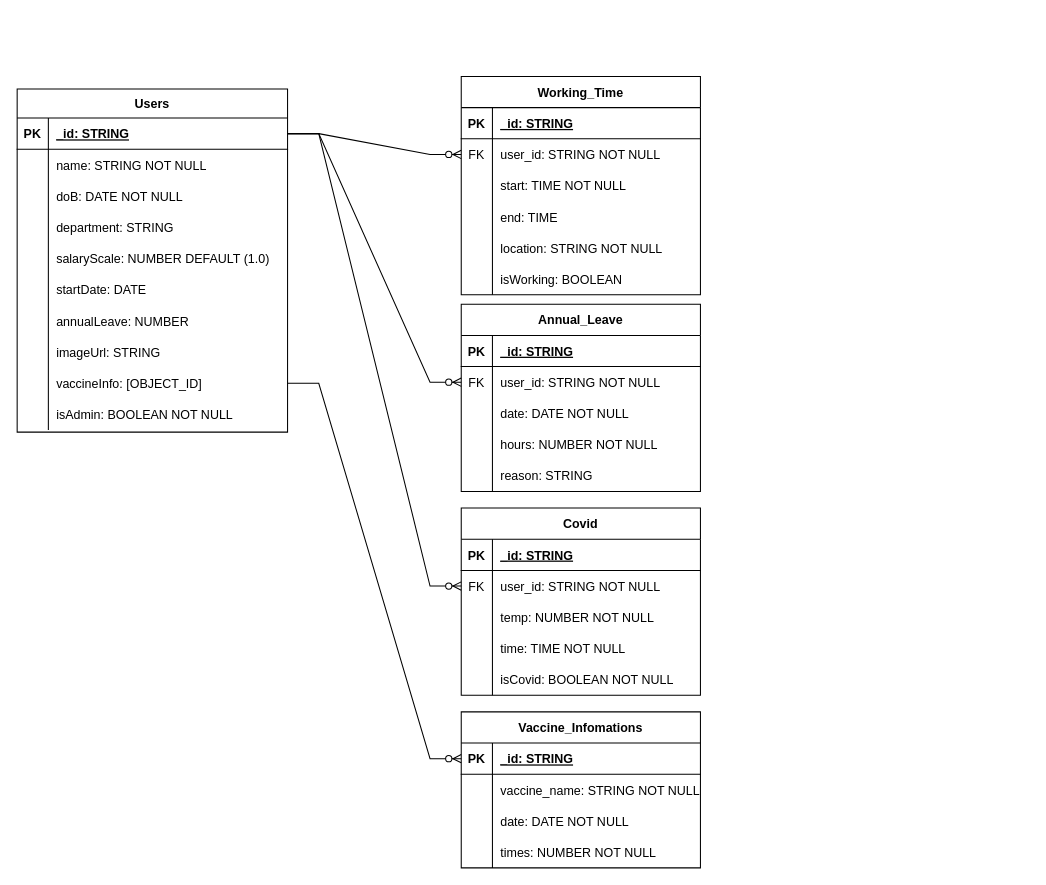
Above: EDR.drawio in shineofichi/StaffsManager (draw.io), before the change. Source tidied: cells renumbered, new cells numbered last; positions are measured from the earlier drawing's top-left corner, leaving out a move shared by most shapes. Both pictures are drawn from the tidied source at 104%, with x=0, y=0 at pixel (17, 76).
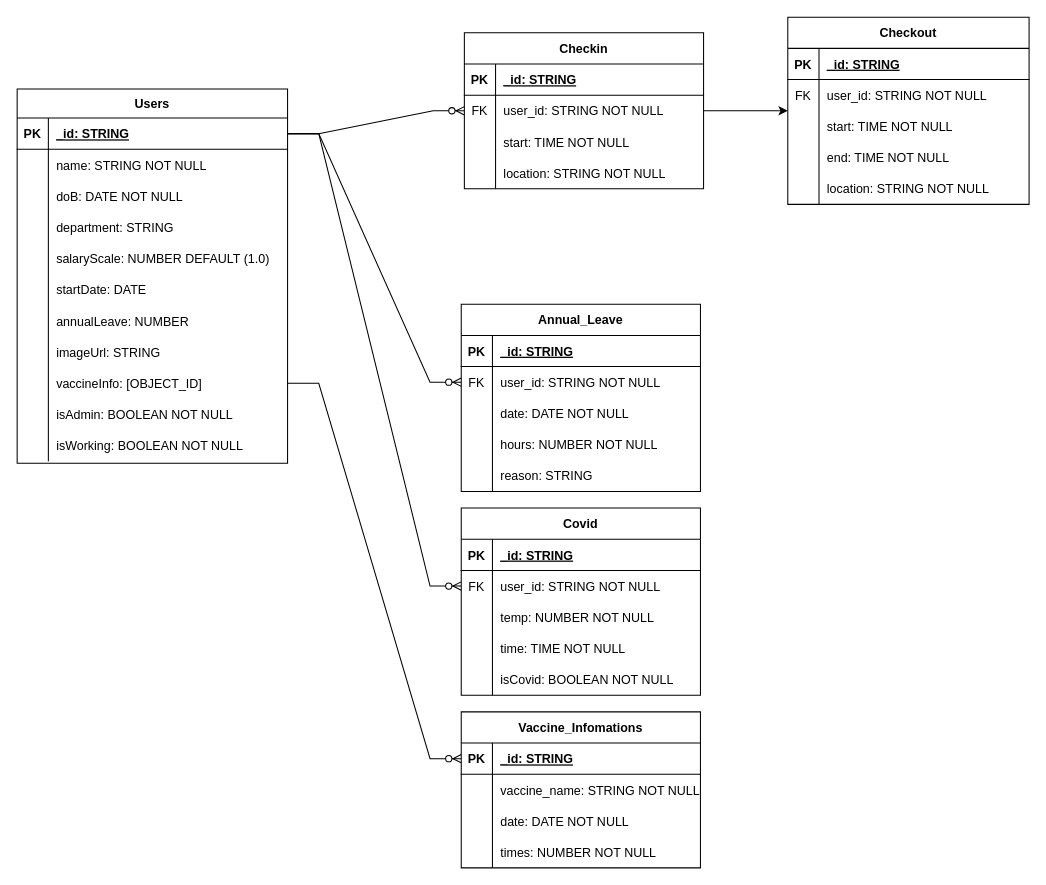
Above is the later version.

Commit message (it also covers changes not shown here):
Checkin info

The edit, as a diff of the source:
```diff
@@
     <mxCell id="2" value="Users" style="shape=table;startSize=28;childLayout=tableLayout;rowLines=0;fontStyle=1;align=center;" parent="1" vertex="1">
-      <mxGeometry y="12" width="260" height="330" as="geometry" />
+      <mxGeometry y="12" width="260" height="360" as="geometry" />
     </mxCell>
@@
+    <mxCell id="101" style="shape=tableRow;horizontal=0;startSize=0;swimlaneHead=0;swimlaneBody=0;fillColor=none;top=0;left=0;right=0;bottom=0;" parent="2" vertex="1">
+      <mxGeometry y="328" width="260" height="30" as="geometry" />
+    </mxCell>
+    <mxCell id="102" style="shape=partialRectangle;fillColor=none;top=0;left=0;bottom=0;right=0;overflow=hidden;" parent="101" vertex="1">
+      <mxGeometry width="30" height="30" as="geometry" />
+    </mxCell>
+    <mxCell id="103" value="isWorking: BOOLEAN NOT NULL" style="shape=partialRectangle;fillColor=none;top=0;left=0;bottom=0;right=0;align=left;spacingLeft=6;overflow=hidden;" parent="101" vertex="1">
+      <mxGeometry x="30" width="230" height="30" as="geometry" />
+    </mxCell>
+    <mxCell id="104" style="edgeStyle=none;html=1;" parent="1" edge="1" source="33" target="105">
+      <mxGeometry relative="1" as="geometry" />
+    </mxCell>
-    <mxCell id="33" value="Working_Time" style="shape=table;startSize=30;childLayout=tableLayout;rowLines=0;fontStyle=1;align=center;" parent="1" vertex="1">
-      <mxGeometry x="427" width="230" height="210" as="geometry" />
+    <mxCell id="33" value="Checkin" style="shape=table;startSize=30;childLayout=tableLayout;rowLines=0;fontStyle=1;align=center;" parent="1" vertex="1">
+      <mxGeometry x="430" y="-42" width="230" height="150" as="geometry" />
     </mxCell>
@@
-    <mxCell id="43" style="shape=tableRow;horizontal=0;startSize=0;swimlaneHead=0;swimlaneBody=0;fillColor=none;top=0;left=0;right=0;bottom=0;" parent="33" vertex="1">
-      <mxGeometry y="120" width="230" height="30" as="geometry" />
-    </mxCell>
-    <mxCell id="44" style="shape=partialRectangle;fillColor=none;top=0;left=0;bottom=0;right=0;overflow=hidden;" parent="43" vertex="1">
-      <mxGeometry width="30" height="30" as="geometry" />
-    </mxCell>
-    <mxCell id="45" value="end: TIME" style="shape=partialRectangle;fillColor=none;top=0;left=0;bottom=0;right=0;align=left;spacingLeft=6;overflow=hidden;" parent="43" vertex="1">
-      <mxGeometry x="30" width="200" height="30" as="geometry" />
-    </mxCell>
     <mxCell id="46" style="shape=tableRow;horizontal=0;startSize=0;swimlaneHead=0;swimlaneBody=0;fillColor=none;top=0;left=0;right=0;bottom=0;" parent="33" vertex="1">
-      <mxGeometry y="150" width="230" height="30" as="geometry" />
+      <mxGeometry y="120" width="230" height="30" as="geometry" />
     </mxCell>
@@
-    <mxCell id="49" style="shape=tableRow;horizontal=0;startSize=0;swimlaneHead=0;swimlaneBody=0;fillColor=none;top=0;left=0;right=0;bottom=0;" parent="33" vertex="1">
-      <mxGeometry y="180" width="230" height="30" as="geometry" />
-    </mxCell>
-    <mxCell id="50" style="shape=partialRectangle;fillColor=none;top=0;left=0;bottom=0;right=0;overflow=hidden;" parent="49" vertex="1">
-      <mxGeometry width="30" height="30" as="geometry" />
-    </mxCell>
-    <mxCell id="51" value="isWorking: BOOLEAN" style="shape=partialRectangle;fillColor=none;top=0;left=0;bottom=0;right=0;align=left;spacingLeft=6;overflow=hidden;" parent="49" vertex="1">
-      <mxGeometry x="30" width="200" height="30" as="geometry" />
-    </mxCell>
@@
+    <mxCell id="105" value="Checkout" style="shape=table;startSize=30;childLayout=tableLayout;rowLines=0;fontStyle=1;align=center;" parent="1" vertex="1">
+      <mxGeometry x="741" y="-57" width="232" height="180" as="geometry" />
+    </mxCell>
+    <mxCell id="106" style="shape=tableRow;horizontal=0;startSize=0;swimlaneHead=0;swimlaneBody=0;fillColor=none;top=0;left=0;right=0;bottom=1;" parent="105" vertex="1">
+      <mxGeometry y="30" width="232" height="30" as="geometry" />
+    </mxCell>
+    <mxCell id="107" value="PK" style="shape=partialRectangle;fillColor=none;top=0;left=0;bottom=0;right=0;fontStyle=1;overflow=hidden;" parent="106" vertex="1">
+      <mxGeometry width="30" height="30" as="geometry" />
+    </mxCell>
+    <mxCell id="108" value="_id: STRING" style="shape=partialRectangle;fillColor=none;top=0;left=0;bottom=0;right=0;align=left;spacingLeft=6;fontStyle=5;overflow=hidden;" parent="106" vertex="1">
+      <mxGeometry x="30" width="202" height="30" as="geometry" />
+    </mxCell>
+    <mxCell id="109" style="shape=tableRow;horizontal=0;startSize=0;swimlaneHead=0;swimlaneBody=0;fillColor=none;top=0;left=0;right=0;bottom=0;" parent="105" vertex="1">
+      <mxGeometry y="60" width="232" height="30" as="geometry" />
+    </mxCell>
+    <mxCell id="110" value="FK" style="shape=partialRectangle;fillColor=none;top=0;left=0;bottom=0;right=0;overflow=hidden;" parent="109" vertex="1">
+      <mxGeometry width="30" height="30" as="geometry" />
+    </mxCell>
+    <mxCell id="111" value="user_id: STRING NOT NULL" style="shape=partialRectangle;fillColor=none;top=0;left=0;bottom=0;right=0;align=left;spacingLeft=6;overflow=hidden;" parent="109" vertex="1">
+      <mxGeometry x="30" width="202" height="30" as="geometry" />
+    </mxCell>
+    <mxCell id="112" style="shape=tableRow;horizontal=0;startSize=0;swimlaneHead=0;swimlaneBody=0;fillColor=none;top=0;left=0;right=0;bottom=0;" parent="105" vertex="1">
+      <mxGeometry y="90" width="232" height="30" as="geometry" />
+    </mxCell>
+    <mxCell id="113" style="shape=partialRectangle;fillColor=none;top=0;left=0;bottom=0;right=0;overflow=hidden;" parent="112" vertex="1">
+      <mxGeometry width="30" height="30" as="geometry" />
+    </mxCell>
+    <mxCell id="114" value="start: TIME NOT NULL" style="shape=partialRectangle;fillColor=none;top=0;left=0;bottom=0;right=0;align=left;spacingLeft=6;overflow=hidden;" parent="112" vertex="1">
+      <mxGeometry x="30" width="202" height="30" as="geometry" />
+    </mxCell>
+    <mxCell id="115" style="shape=tableRow;horizontal=0;startSize=0;swimlaneHead=0;swimlaneBody=0;fillColor=none;top=0;left=0;right=0;bottom=0;" parent="105" vertex="1">
+      <mxGeometry y="120" width="232" height="30" as="geometry" />
+    </mxCell>
+    <mxCell id="116" style="shape=partialRectangle;fillColor=none;top=0;left=0;bottom=0;right=0;overflow=hidden;" parent="115" vertex="1">
+      <mxGeometry width="30" height="30" as="geometry" />
+    </mxCell>
+    <mxCell id="117" value="end: TIME NOT NULL" style="shape=partialRectangle;fillColor=none;top=0;left=0;bottom=0;right=0;align=left;spacingLeft=6;overflow=hidden;" parent="115" vertex="1">
+      <mxGeometry x="30" width="202" height="30" as="geometry" />
+    </mxCell>
+    <mxCell id="118" style="shape=tableRow;horizontal=0;startSize=0;swimlaneHead=0;swimlaneBody=0;fillColor=none;top=0;left=0;right=0;bottom=0;" parent="105" vertex="1">
+      <mxGeometry y="150" width="232" height="30" as="geometry" />
+    </mxCell>
+    <mxCell id="119" style="shape=partialRectangle;fillColor=none;top=0;left=0;bottom=0;right=0;overflow=hidden;" parent="118" vertex="1">
+      <mxGeometry width="30" height="30" as="geometry" />
+    </mxCell>
+    <mxCell id="120" value="location: STRING NOT NULL" style="shape=partialRectangle;fillColor=none;top=0;left=0;bottom=0;right=0;align=left;spacingLeft=6;overflow=hidden;" parent="118" vertex="1">
+      <mxGeometry x="30" width="202" height="30" as="geometry" />
+    </mxCell>
```
